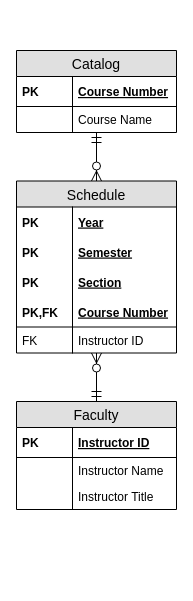
Earlier version of the draw.io diagram images/sample-er.drawio (accountingarchitecture/accountingarchitecture.github.io). Source tidied: cells renumbered, new cells numbered last; positions are measured from the earlier drawing's top-left corner, leaving out a move shared by most shapes. Both pictures are drawn from the tidied source at 100%, with x=0, y=0 at pixel (16, 50).
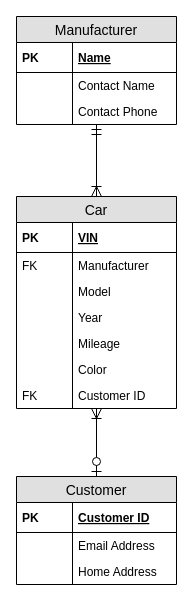
Above is the later version.

Commit message (it also covers changes not shown here):
Explained ER diagrams.

Change to the diagram source:
```diff
@@
-    <mxCell id="2" style="edgeStyle=orthogonalEdgeStyle;rounded=0;jettySize=auto;html=1;startSize=8;endSize=8;fontSize=12;entryX=0.5;entryY=0;entryDx=0;entryDy=0;startArrow=ERzeroToMany;startFill=1;endArrow=ERmandOne;endFill=0;" parent="1" edge="1" source="3" target="14">
+    <mxCell id="2" style="edgeStyle=orthogonalEdgeStyle;rounded=0;jettySize=auto;html=1;startSize=8;endSize=8;fontSize=12;entryX=0.5;entryY=0;entryDx=0;entryDy=0;startArrow=ERoneToMany;startFill=0;endArrow=ERzeroToOne;endFill=1;" parent="1" edge="1" source="3" target="14">
       <mxGeometry relative="1" as="geometry" />
     </mxCell>
+    <mxCell id="21" style="edgeStyle=orthogonalEdgeStyle;rounded=0;jettySize=auto;html=1;startSize=8;endSize=8;fontSize=12;entryX=0.5;entryY=0;entryDx=0;entryDy=0;startArrow=ERmandOne;startFill=0;endArrow=ERoneToMany;endFill=0;" parent="1" edge="1" source="22" target="3">
+      <mxGeometry relative="1" as="geometry" />
+    </mxCell>
-    <mxCell id="3" value="Schedule" style="swimlane;fontStyle=0;horizontal=1;startSize=26;fillColor=#e0e0e0;swimlaneFillColor=#ffffff;align=center;fontSize=14;" parent="1" vertex="1">
-      <mxGeometry y="130.5" width="160" height="172" as="geometry" />
+    <mxCell id="3" value="Car" style="swimlane;fontStyle=0;horizontal=1;startSize=26;fillColor=#e0e0e0;swimlaneFillColor=#ffffff;align=center;fontSize=14;" parent="1" vertex="1">
+      <mxGeometry y="146" width="160" height="212" as="geometry" />
     </mxCell>
-    <mxCell id="4" value="Year" style="shape=partialRectangle;top=0;left=0;right=0;bottom=0;align=left;verticalAlign=middle;fillColor=none;spacingLeft=60;spacingRight=4;overflow=hidden;fontStyle=5;fontSize=12;" parent="3" vertex="1">
-      <mxGeometry y="26" width="160" height="30" as="geometry" />
-    </mxCell>
-    <mxCell id="5" value="PK" style="shape=partialRectangle;fontStyle=1;top=0;left=0;bottom=0;fillColor=none;align=left;verticalAlign=middle;spacingLeft=4;spacingRight=4;overflow=hidden;fontSize=12;" parent="4" vertex="1">
-      <mxGeometry width="56" height="30" as="geometry" />
-    </mxCell>
-    <mxCell id="6" value="Semester" style="shape=partialRectangle;top=0;left=0;right=0;bottom=0;align=left;verticalAlign=middle;fillColor=none;spacingLeft=60;spacingRight=4;overflow=hidden;fontStyle=5;fontSize=12;" parent="3" vertex="1">
-      <mxGeometry y="56" width="160" height="30" as="geometry" />
-    </mxCell>
-    <mxCell id="7" value="PK" style="shape=partialRectangle;fontStyle=1;top=0;left=0;bottom=0;fillColor=none;align=left;verticalAlign=middle;spacingLeft=4;spacingRight=4;overflow=hidden;fontSize=12;" parent="6" vertex="1">
-      <mxGeometry width="56" height="30" as="geometry" />
-    </mxCell>
-    <mxCell id="8" value="Section" style="shape=partialRectangle;top=0;left=0;right=0;bottom=0;align=left;verticalAlign=middle;fillColor=none;spacingLeft=60;spacingRight=4;overflow=hidden;fontStyle=5;fontSize=12;" parent="3" vertex="1">
-      <mxGeometry y="86" width="160" height="30" as="geometry" />
-    </mxCell>
-    <mxCell id="9" value="PK" style="shape=partialRectangle;fontStyle=1;top=0;left=0;bottom=0;fillColor=none;align=left;verticalAlign=middle;spacingLeft=4;spacingRight=4;overflow=hidden;fontSize=12;" parent="8" vertex="1">
-      <mxGeometry width="56" height="30" as="geometry" />
-    </mxCell>
-    <mxCell id="10" value="Course Number" style="shape=partialRectangle;top=0;left=0;right=0;bottom=1;align=left;verticalAlign=middle;fillColor=none;spacingLeft=60;spacingRight=4;overflow=hidden;fontStyle=5;fontSize=12;" parent="3" vertex="1">
-      <mxGeometry y="116" width="160" height="30" as="geometry" />
+    <mxCell id="10" value="VIN" style="shape=partialRectangle;top=0;left=0;right=0;bottom=1;align=left;verticalAlign=middle;fillColor=none;spacingLeft=60;spacingRight=4;overflow=hidden;fontStyle=5;fontSize=12;" parent="3" vertex="1">
+      <mxGeometry y="26" width="160" height="30" as="geometry" />
     </mxCell>
-    <mxCell id="11" value="PK,FK" style="shape=partialRectangle;fontStyle=1;top=0;left=0;bottom=0;fillColor=none;align=left;verticalAlign=middle;spacingLeft=4;spacingRight=4;overflow=hidden;fontSize=12;" parent="10" vertex="1">
+    <mxCell id="11" value="PK" style="shape=partialRectangle;fontStyle=1;top=0;left=0;bottom=0;fillColor=none;align=left;verticalAlign=middle;spacingLeft=4;spacingRight=4;overflow=hidden;fontSize=12;" parent="10" vertex="1">
       <mxGeometry width="56" height="30" as="geometry" />
     </mxCell>
-    <mxCell id="12" value="Instructor ID" style="shape=partialRectangle;top=0;left=0;right=0;bottom=0;align=left;verticalAlign=top;fillColor=none;spacingLeft=60;spacingRight=4;overflow=hidden;fontSize=12;" parent="3" vertex="1">
-      <mxGeometry y="146" width="160" height="26" as="geometry" />
+    <mxCell id="12" value="Manufacturer" style="shape=partialRectangle;top=0;left=0;right=0;bottom=0;align=left;verticalAlign=top;fillColor=none;spacingLeft=60;spacingRight=4;overflow=hidden;fontSize=12;" parent="3" vertex="1">
+      <mxGeometry y="56" width="160" height="26" as="geometry" />
     </mxCell>
@@
+    <mxCell id="27" value="Model" style="shape=partialRectangle;top=0;left=0;right=0;bottom=0;align=left;verticalAlign=top;fillColor=none;spacingLeft=60;spacingRight=4;overflow=hidden;fontSize=12;" parent="3" vertex="1">
+      <mxGeometry y="82" width="160" height="26" as="geometry" />
+    </mxCell>
+    <mxCell id="28" style="shape=partialRectangle;top=0;left=0;bottom=0;fillColor=none;align=left;verticalAlign=top;spacingLeft=4;spacingRight=4;overflow=hidden;fontSize=12;" parent="27" vertex="1">
+      <mxGeometry width="56" height="26" as="geometry" />
+    </mxCell>
+    <mxCell id="4" value="Year" style="shape=partialRectangle;top=0;left=0;right=0;bottom=0;align=left;verticalAlign=top;fillColor=none;spacingLeft=60;spacingRight=4;overflow=hidden;fontSize=12;" parent="3" vertex="1">
+      <mxGeometry y="108" width="160" height="26" as="geometry" />
+    </mxCell>
+    <mxCell id="29" style="shape=partialRectangle;top=0;left=0;bottom=0;fillColor=none;align=left;verticalAlign=top;spacingLeft=4;spacingRight=4;overflow=hidden;fontSize=12;" parent="4" vertex="1">
+      <mxGeometry width="56" height="26" as="geometry" />
+    </mxCell>
+    <mxCell id="30" value="Mileage" style="shape=partialRectangle;top=0;left=0;right=0;bottom=0;align=left;verticalAlign=top;fillColor=none;spacingLeft=60;spacingRight=4;overflow=hidden;fontSize=12;" parent="3" vertex="1">
+      <mxGeometry y="134" width="160" height="26" as="geometry" />
+    </mxCell>
+    <mxCell id="31" style="shape=partialRectangle;top=0;left=0;bottom=0;fillColor=none;align=left;verticalAlign=top;spacingLeft=4;spacingRight=4;overflow=hidden;fontSize=12;" parent="30" vertex="1">
+      <mxGeometry width="56" height="26" as="geometry" />
+    </mxCell>
+    <mxCell id="32" value="Color" style="shape=partialRectangle;top=0;left=0;right=0;bottom=0;align=left;verticalAlign=top;fillColor=none;spacingLeft=60;spacingRight=4;overflow=hidden;fontSize=12;" parent="3" vertex="1">
+      <mxGeometry y="160" width="160" height="26" as="geometry" />
+    </mxCell>
+    <mxCell id="33" style="shape=partialRectangle;top=0;left=0;bottom=0;fillColor=none;align=left;verticalAlign=top;spacingLeft=4;spacingRight=4;overflow=hidden;fontSize=12;" parent="32" vertex="1">
+      <mxGeometry width="56" height="26" as="geometry" />
+    </mxCell>
+    <mxCell id="34" value="Customer ID" style="shape=partialRectangle;top=0;left=0;right=0;bottom=0;align=left;verticalAlign=top;fillColor=none;spacingLeft=60;spacingRight=4;overflow=hidden;fontSize=12;" parent="3" vertex="1">
+      <mxGeometry y="186" width="160" height="26" as="geometry" />
+    </mxCell>
+    <mxCell id="35" value="FK" style="shape=partialRectangle;top=0;left=0;bottom=0;fillColor=none;align=left;verticalAlign=top;spacingLeft=4;spacingRight=4;overflow=hidden;fontSize=12;" parent="34" vertex="1">
+      <mxGeometry width="56" height="26" as="geometry" />
+    </mxCell>
+    <mxCell id="22" value="Manufacturer" style="swimlane;fontStyle=0;horizontal=1;startSize=26;fillColor=#e0e0e0;swimlaneFillColor=#ffffff;align=center;fontSize=14;" parent="1" vertex="1">
+      <mxGeometry y="-34" width="160" height="108" as="geometry" />
+    </mxCell>
+    <mxCell id="23" value="Name" style="shape=partialRectangle;top=0;left=0;right=0;bottom=1;align=left;verticalAlign=middle;fillColor=none;spacingLeft=60;spacingRight=4;overflow=hidden;fontStyle=5;fontSize=12;" parent="22" vertex="1">
+      <mxGeometry y="26" width="160" height="30" as="geometry" />
+    </mxCell>
+    <mxCell id="24" value="PK" style="shape=partialRectangle;fontStyle=1;top=0;left=0;bottom=0;fillColor=none;align=left;verticalAlign=middle;spacingLeft=4;spacingRight=4;overflow=hidden;fontSize=12;" parent="23" vertex="1">
+      <mxGeometry width="56" height="30" as="geometry" />
+    </mxCell>
+    <mxCell id="25" value="Contact Name" style="shape=partialRectangle;top=0;left=0;right=0;bottom=0;align=left;verticalAlign=top;fillColor=none;spacingLeft=60;spacingRight=4;overflow=hidden;fontSize=12;" parent="22" vertex="1">
+      <mxGeometry y="56" width="160" height="26" as="geometry" />
+    </mxCell>
+    <mxCell id="26" style="shape=partialRectangle;top=0;left=0;bottom=0;fillColor=none;align=left;verticalAlign=top;spacingLeft=4;spacingRight=4;overflow=hidden;fontSize=12;" parent="25" vertex="1">
+      <mxGeometry width="56" height="26" as="geometry" />
+    </mxCell>
+    <mxCell id="36" value="Contact Phone" style="shape=partialRectangle;top=0;left=0;right=0;bottom=0;align=left;verticalAlign=top;fillColor=none;spacingLeft=60;spacingRight=4;overflow=hidden;fontSize=12;" parent="22" vertex="1">
+      <mxGeometry y="82" width="160" height="26" as="geometry" />
+    </mxCell>
+    <mxCell id="37" style="shape=partialRectangle;top=0;left=0;bottom=0;fillColor=none;align=left;verticalAlign=top;spacingLeft=4;spacingRight=4;overflow=hidden;fontSize=12;" parent="36" vertex="1">
+      <mxGeometry width="56" height="26" as="geometry" />
+    </mxCell>
-    <mxCell id="14" value="Faculty" style="swimlane;fontStyle=0;horizontal=1;startSize=26;fillColor=#e0e0e0;swimlaneFillColor=#ffffff;align=center;fontSize=14;" parent="1" vertex="1">
-      <mxGeometry y="351" width="160" height="108" as="geometry" />
+    <mxCell id="14" value="Customer" style="swimlane;fontStyle=0;horizontal=1;startSize=26;fillColor=#e0e0e0;swimlaneFillColor=#ffffff;align=center;fontSize=14;" parent="1" vertex="1">
+      <mxGeometry y="426" width="160" height="108" as="geometry" />
     </mxCell>
-    <mxCell id="15" value="Instructor ID" style="shape=partialRectangle;top=0;left=0;right=0;bottom=1;align=left;verticalAlign=middle;fillColor=none;spacingLeft=60;spacingRight=4;overflow=hidden;fontStyle=5;fontSize=12;" parent="14" vertex="1">
+    <mxCell id="15" value="Customer ID" style="shape=partialRectangle;top=0;left=0;right=0;bottom=1;align=left;verticalAlign=middle;fillColor=none;spacingLeft=60;spacingRight=4;overflow=hidden;fontStyle=5;fontSize=12;" parent="14" vertex="1">
       <mxGeometry y="26" width="160" height="30" as="geometry" />
     </mxCell>
@@
-    <mxCell id="17" value="Instructor Name" style="shape=partialRectangle;top=0;left=0;right=0;bottom=0;align=left;verticalAlign=top;fillColor=none;spacingLeft=60;spacingRight=4;overflow=hidden;fontSize=12;" parent="14" vertex="1">
+    <mxCell id="17" value="Email Address" style="shape=partialRectangle;top=0;left=0;right=0;bottom=0;align=left;verticalAlign=top;fillColor=none;spacingLeft=60;spacingRight=4;overflow=hidden;fontSize=12;" parent="14" vertex="1">
       <mxGeometry y="56" width="160" height="26" as="geometry" />
     </mxCell>
@@
-    <mxCell id="19" value="Instructor Title" style="shape=partialRectangle;top=0;left=0;right=0;bottom=0;align=left;verticalAlign=top;fillColor=none;spacingLeft=60;spacingRight=4;overflow=hidden;fontSize=12;" parent="14" vertex="1">
+    <mxCell id="19" value="Home Address" style="shape=partialRectangle;top=0;left=0;right=0;bottom=0;align=left;verticalAlign=top;fillColor=none;spacingLeft=60;spacingRight=4;overflow=hidden;fontSize=12;" parent="14" vertex="1">
       <mxGeometry y="82" width="160" height="26" as="geometry" />
     </mxCell>
@@
-    <mxCell id="21" style="edgeStyle=orthogonalEdgeStyle;rounded=0;jettySize=auto;html=1;startSize=8;endSize=8;fontSize=12;entryX=0.5;entryY=0;entryDx=0;entryDy=0;startArrow=ERmandOne;startFill=0;endArrow=ERzeroToMany;endFill=1;" parent="1" edge="1" source="22" target="3">
-      <mxGeometry relative="1" as="geometry" />
-    </mxCell>
-    <mxCell id="22" value="Catalog" style="swimlane;fontStyle=0;horizontal=1;startSize=26;fillColor=#e0e0e0;swimlaneFillColor=#ffffff;align=center;fontSize=14;" parent="1" vertex="1">
-      <mxGeometry width="160" height="82" as="geometry" />
-    </mxCell>
-    <mxCell id="23" value="Course Number" style="shape=partialRectangle;top=0;left=0;right=0;bottom=1;align=left;verticalAlign=middle;fillColor=none;spacingLeft=60;spacingRight=4;overflow=hidden;fontStyle=5;fontSize=12;" parent="22" vertex="1">
-      <mxGeometry y="26" width="160" height="30" as="geometry" />
-    </mxCell>
-    <mxCell id="24" value="PK" style="shape=partialRectangle;fontStyle=1;top=0;left=0;bottom=0;fillColor=none;align=left;verticalAlign=middle;spacingLeft=4;spacingRight=4;overflow=hidden;fontSize=12;" parent="23" vertex="1">
-      <mxGeometry width="56" height="30" as="geometry" />
-    </mxCell>
-    <mxCell id="25" value="Course Name" style="shape=partialRectangle;top=0;left=0;right=0;bottom=0;align=left;verticalAlign=top;fillColor=none;spacingLeft=60;spacingRight=4;overflow=hidden;fontSize=12;" parent="22" vertex="1">
-      <mxGeometry y="56" width="160" height="26" as="geometry" />
-    </mxCell>
-    <mxCell id="26" style="shape=partialRectangle;top=0;left=0;bottom=0;fillColor=none;align=left;verticalAlign=top;spacingLeft=4;spacingRight=4;overflow=hidden;fontSize=12;" parent="25" vertex="1">
-      <mxGeometry width="56" height="26" as="geometry" />
-    </mxCell>
```
